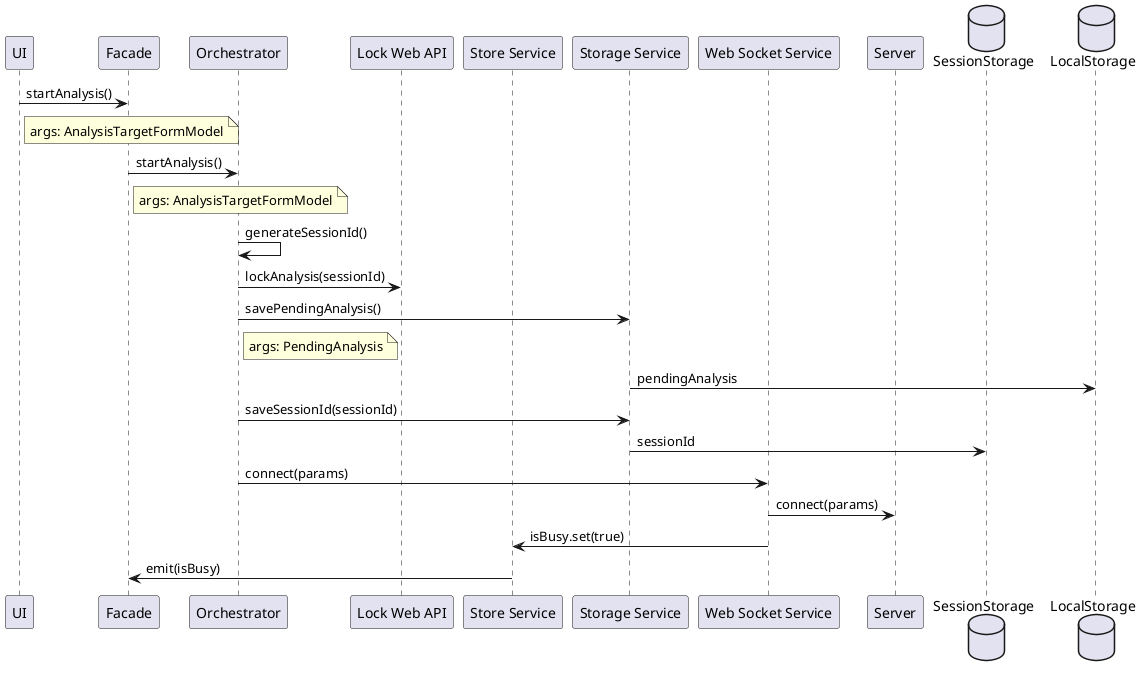
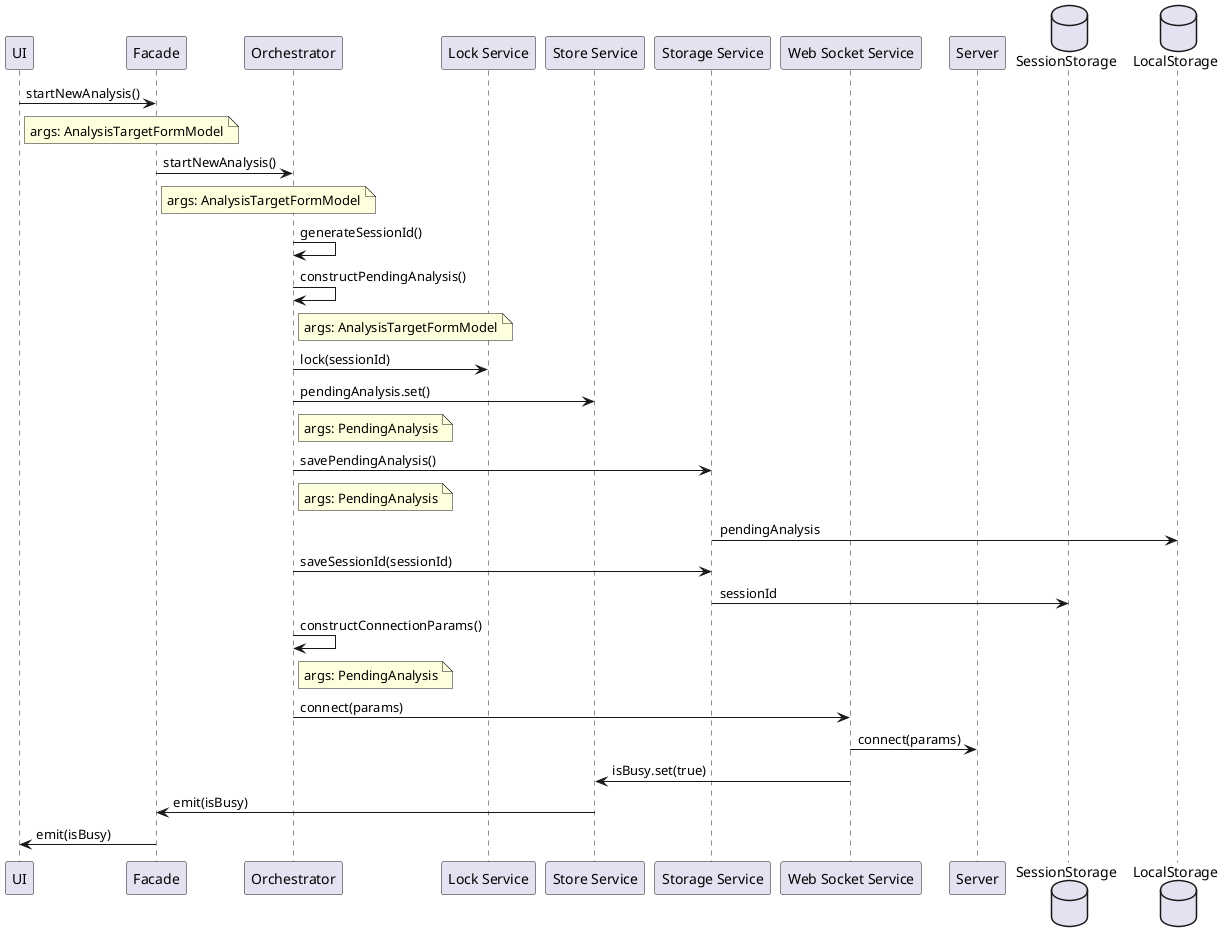
@startuml Start New Analysis

participant "UI" as U
participant "Facade" as F
participant "Orchestrator" as O
- participant "Lock Web API" as L
+ participant "Lock Service" as L
participant "Store Service" as ST
participant "Storage Service" as STG
participant "Web Socket Service" as WS
participant "Server" as SRV

database "SessionStorage" as SS
database "LocalStorage" as LS

- U -> F: startAnalysis()
+ U -> F: startNewAnalysis()
note right of U: args: AnalysisTargetFormModel
- F -> O: startAnalysis()
+ F -> O: startNewAnalysis()
note right of F: args: AnalysisTargetFormModel
O -> O: generateSessionId()
- O -> L: lockAnalysis(sessionId)
+ O -> O: constructPendingAnalysis()
+ note right of O: args: AnalysisTargetFormModel
+ O -> L: lock(sessionId)
+ O -> ST: pendingAnalysis.set()
+ note right of O: args: PendingAnalysis
O -> STG: savePendingAnalysis()
note right of O: args: PendingAnalysis
STG -> LS: pendingAnalysis
O -> STG: saveSessionId(sessionId)
STG -> SS: sessionId
+ O -> O: constructConnectionParams()
+ note right of O: args: PendingAnalysis
O -> WS: connect(params)
WS -> SRV: connect(params)
WS -> ST: isBusy.set(true)
ST -> F: emit(isBusy)
+ F -> U: emit(isBusy)

@enduml